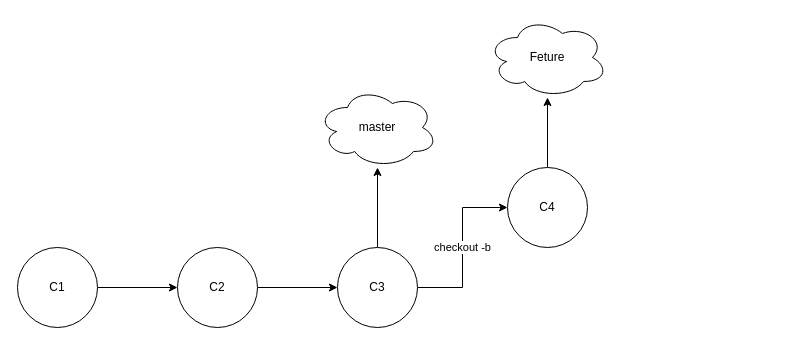
This is draw-io/git/git_branch_merge.dio from xiao2shiqi/pro_developer, a draw.io file, before an edit. Source tidied: cells renumbered, new cells numbered last; positions are measured from the earlier drawing's top-left corner, leaving out a move shared by most shapes. Both pictures are drawn from the tidied source at 100%, with x=0, y=0 at pixel (17, 17).
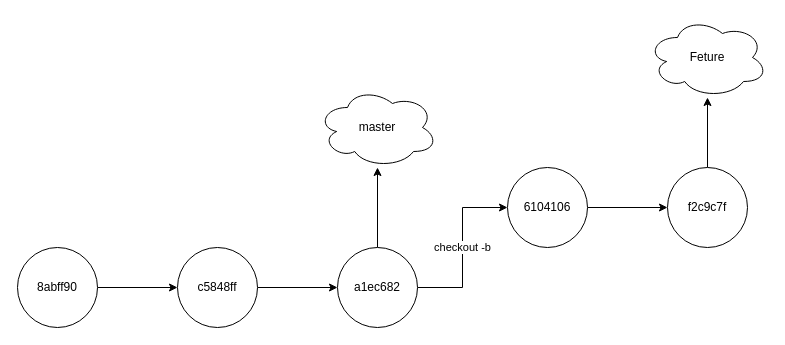
The same diagram, later.

Change to the diagram source:
```diff
@@
 <mxGraphModel>
   <root>
     <mxCell id="0" />
     <mxCell id="1" parent="0" />
     <mxCell id="2" style="edgeStyle=orthogonalEdgeStyle;rounded=0;jettySize=auto;html=1;" parent="1" edge="1" source="3" target="5">
       <mxGeometry relative="1" as="geometry" />
     </mxCell>
-    <mxCell id="3" value="C1" style="ellipse;whiteSpace=wrap;html=1;" parent="1" vertex="1">
+    <mxCell id="3" value="8abff90" style="ellipse;whiteSpace=wrap;html=1;" parent="1" vertex="1">
       <mxGeometry y="230" width="80" height="80" as="geometry" />
     </mxCell>
     <mxCell id="4" style="edgeStyle=orthogonalEdgeStyle;rounded=0;jettySize=auto;html=1;" parent="1" edge="1" source="5" target="8">
       <mxGeometry relative="1" as="geometry" />
     </mxCell>
-    <mxCell id="5" value="C2" style="ellipse;whiteSpace=wrap;html=1;" parent="1" vertex="1">
+    <mxCell id="5" value="c5848ff" style="ellipse;whiteSpace=wrap;html=1;" parent="1" vertex="1">
       <mxGeometry x="160" y="230" width="80" height="80" as="geometry" />
     </mxCell>
     <mxCell id="6" style="edgeStyle=orthogonalEdgeStyle;rounded=0;jettySize=auto;html=1;" parent="1" edge="1" source="8" target="9">
       <mxGeometry relative="1" as="geometry" />
     </mxCell>
     <mxCell id="7" value="checkout -b" style="edgeStyle=orthogonalEdgeStyle;rounded=0;jettySize=auto;html=1;" parent="1" edge="1" source="8" target="11">
       <mxGeometry relative="1" as="geometry" />
     </mxCell>
-    <mxCell id="8" value="C3" style="ellipse;whiteSpace=wrap;html=1;" parent="1" vertex="1">
+    <mxCell id="8" value="a1ec682" style="ellipse;whiteSpace=wrap;html=1;" parent="1" vertex="1">
       <mxGeometry x="320" y="230" width="80" height="80" as="geometry" />
     </mxCell>
     <mxCell id="9" value="master" style="ellipse;shape=cloud;whiteSpace=wrap;html=1;" parent="1" vertex="1">
       <mxGeometry x="300" y="70" width="120" height="80" as="geometry" />
     </mxCell>
-    <mxCell id="10" style="edgeStyle=orthogonalEdgeStyle;rounded=0;jettySize=auto;html=1;" parent="1" edge="1" source="11" target="12">
+    <mxCell id="10" style="edgeStyle=orthogonalEdgeStyle;rounded=0;jettySize=auto;html=1;" parent="1" edge="1" source="14" target="12">
       <mxGeometry relative="1" as="geometry" />
     </mxCell>
+    <mxCell id="13" style="edgeStyle=orthogonalEdgeStyle;rounded=0;jettySize=auto;html=1;" parent="1" edge="1" source="11" target="14">
+      <mxGeometry relative="1" as="geometry" />
+    </mxCell>
-    <mxCell id="11" value="C4" style="ellipse;whiteSpace=wrap;html=1;" parent="1" vertex="1">
+    <mxCell id="11" value="6104106" style="ellipse;whiteSpace=wrap;html=1;" parent="1" vertex="1">
       <mxGeometry x="490" y="150" width="80" height="80" as="geometry" />
     </mxCell>
     <mxCell id="12" value="Feture" style="ellipse;shape=cloud;whiteSpace=wrap;html=1;" parent="1" vertex="1">
-      <mxGeometry x="470" width="120" height="80" as="geometry" />
+      <mxGeometry x="630" width="120" height="80" as="geometry" />
     </mxCell>
+    <mxCell id="14" value="f2c9c7f" style="ellipse;whiteSpace=wrap;html=1;" parent="1" vertex="1">
+      <mxGeometry x="650" y="150" width="80" height="80" as="geometry" />
+    </mxCell>
   </root>
 </mxGraphModel>
```
